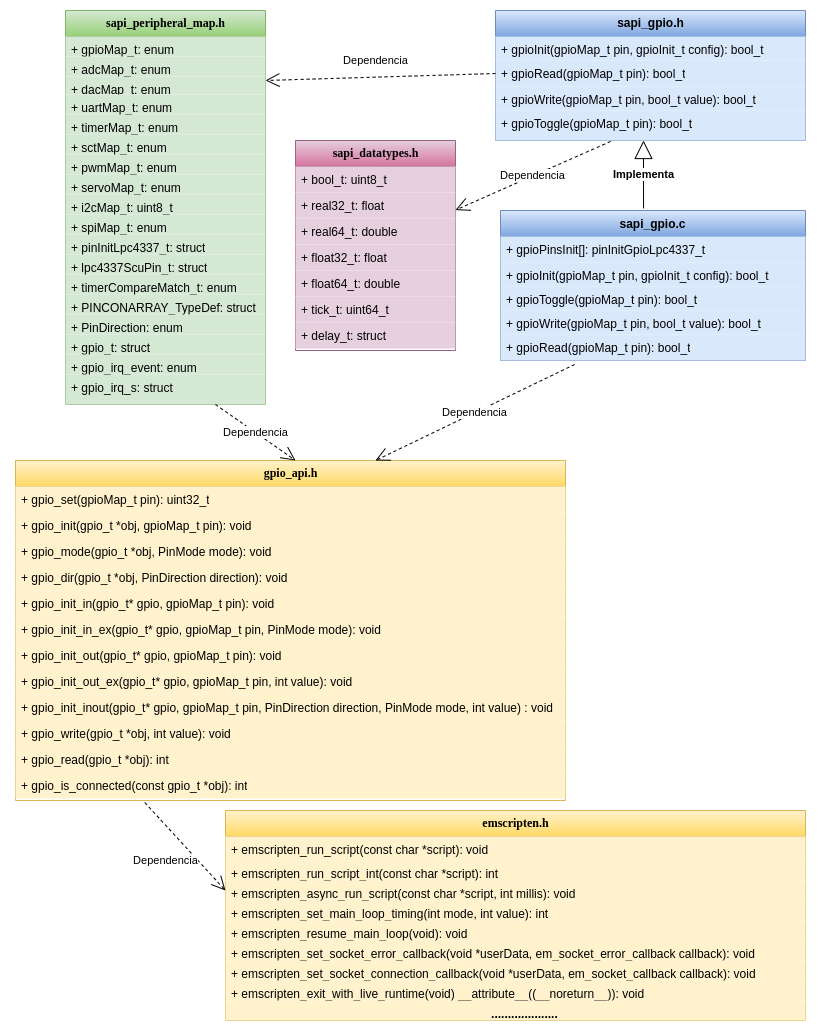
Earlier version of the draw.io export Figures/DiagramaClasesEmulador.png (jennifferch/Memoria-MSE). Source tidied: cells renumbered, new cells last; positions are measured from the earlier drawing's top-left corner, leaving out a move shared by most shapes.
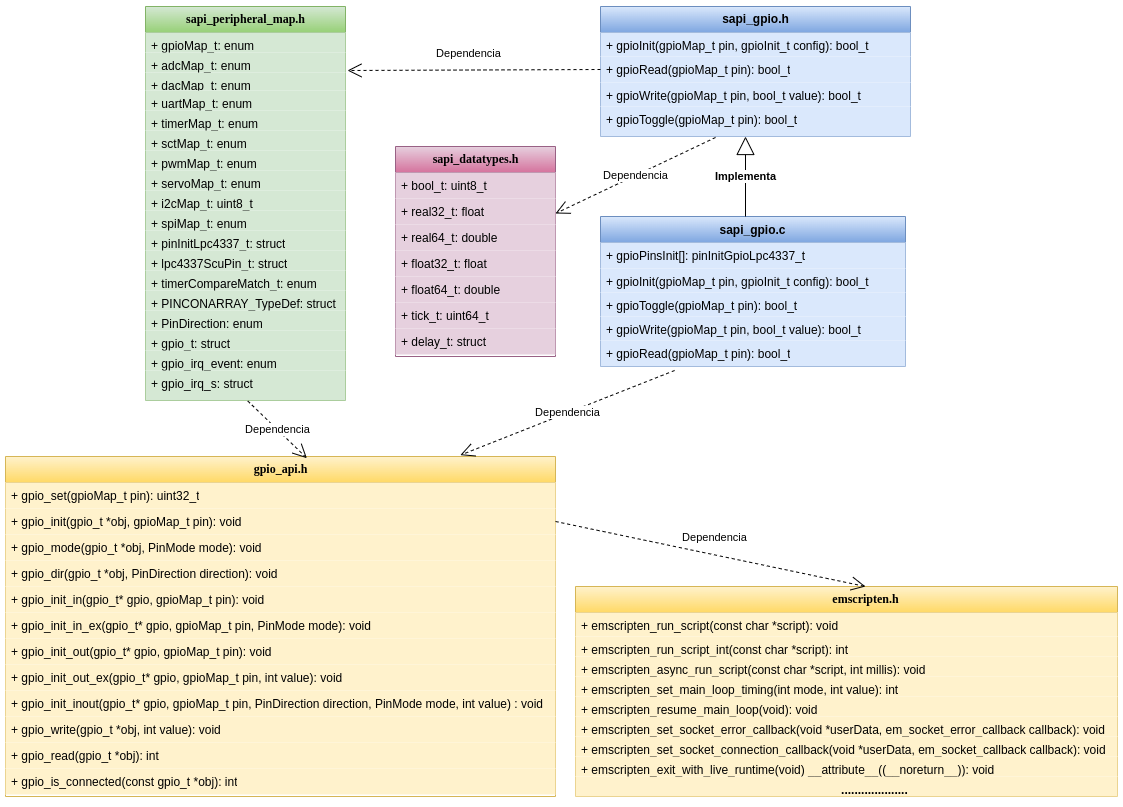
The same diagram one commit later.

Change to the diagram source:
```diff
@@ -2,9 +2,9 @@
   <root>
     <mxCell id="0" />
     <mxCell id="1" parent="0" />
-    <mxCell id="2" style="shape=umlFrame;whiteSpace=wrap;html=1;rounded=0;shadow=0;comic=0;labelBackgroundColor=none;strokeWidth=1;fontFamily=Verdana;fontSize=10;align=center;swimlaneFillColor=default;strokeColor=none;" parent="1" vertex="1">
-      <mxGeometry width="820" height="1030" as="geometry" />
-    </mxCell>
+    <mxCell id="70" style="shape=umlFrame;whiteSpace=wrap;html=1;rounded=0;shadow=0;comic=0;labelBackgroundColor=none;strokeWidth=1;fontFamily=Verdana;fontSize=10;align=center;swimlaneFillColor=default;strokeColor=none;direction=south;" parent="1" vertex="1">
+      <mxGeometry x="-115" y="-10" width="1190" height="820" as="geometry" />
+    </mxCell>
     <mxCell id="3" value="&lt;font style=&quot;font-size: 12px&quot;&gt;&lt;b&gt;sapi_datatypes.h&lt;/b&gt;&lt;/font&gt;" style="swimlane;html=1;fontStyle=0;horizontal=1;startSize=26;fillColor=#e6d0de;swimlaneFillColor=#ffffff;rounded=0;shadow=0;comic=0;labelBackgroundColor=none;strokeWidth=1;fontFamily=Verdana;fontSize=10;align=center;gradientColor=#d5739d;strokeColor=#996185;" parent="1" vertex="1">
       <mxGeometry x="295" y="140" width="160" height="210" as="geometry" />
     </mxCell>
@@ -30,7 +30,7 @@
       <mxGeometry y="182" width="160" height="26" as="geometry" />
     </mxCell>
     <mxCell id="11" value="&lt;span style=&quot;font-family: &amp;#34;helvetica&amp;#34; ; font-size: 12px ; font-weight: 700&quot;&gt;sapi_gpio.h&lt;/span&gt;" style="swimlane;html=1;fontStyle=0;horizontal=1;startSize=26;fillColor=#dae8fc;swimlaneFillColor=#ffffff;rounded=0;shadow=0;comic=0;labelBackgroundColor=none;strokeWidth=1;fontFamily=Verdana;fontSize=10;align=center;gradientColor=#7ea6e0;strokeColor=#6c8ebf;" parent="1" vertex="1">
-      <mxGeometry x="495" y="10" width="310" height="130" as="geometry" />
+      <mxGeometry x="500" width="310" height="130" as="geometry" />
     </mxCell>
     <mxCell id="12" value="+ gpioInit(gpioMap_t pin, gpioInit_t config): bool_t" style="text;html=1;strokeColor=none;fillColor=#dae8fc;align=left;verticalAlign=top;spacingLeft=4;spacingRight=4;whiteSpace=wrap;overflow=hidden;gradientColor=none;" parent="11" vertex="1">
       <mxGeometry y="26" width="310" height="24" as="geometry" />
@@ -45,7 +45,7 @@
       <mxGeometry y="100" width="310" height="30" as="geometry" />
     </mxCell>
     <mxCell id="16" value="&lt;font style=&quot;font-size: 12px&quot;&gt;&lt;b&gt;sapi_peripheral_map.h&lt;/b&gt;&lt;/font&gt;" style="swimlane;html=1;fontStyle=0;horizontal=1;startSize=26;fillColor=#d5e8d4;swimlaneFillColor=#ffffff;rounded=0;shadow=0;comic=0;labelBackgroundColor=none;strokeWidth=1;fontFamily=Verdana;fontSize=10;align=center;gradientColor=#97d077;strokeColor=#82b366;" parent="1" vertex="1">
-      <mxGeometry x="65" y="10" width="200" height="394" as="geometry" />
+      <mxGeometry x="45" width="200" height="394" as="geometry" />
     </mxCell>
     <mxCell id="17" value="+ gpioMap_t: enum" style="text;html=1;strokeColor=none;fillColor=#d5e8d4;align=left;verticalAlign=top;spacingLeft=4;spacingRight=4;whiteSpace=wrap;overflow=hidden;gradientColor=none;" parent="16" vertex="1">
       <mxGeometry y="26" width="200" height="20" as="geometry" />
@@ -119,16 +119,17 @@
     <mxCell id="40" value="+ gpioRead(gpioMap_t pin):&amp;nbsp;bool_t" style="text;html=1;strokeColor=none;fillColor=#dae8fc;align=left;verticalAlign=top;spacingLeft=4;spacingRight=4;whiteSpace=wrap;overflow=hidden;points=[[0,0.5],[1,0.5]];portConstraint=eastwest;gradientColor=none;" parent="35" vertex="1">
       <mxGeometry y="124" width="305" height="26" as="geometry" />
     </mxCell>
-    <mxCell id="41" value="&lt;b&gt;Implementa&lt;/b&gt;" style="endArrow=block;endSize=16;endFill=0;html=1;rounded=0;exitX=0.469;exitY=-0.014;exitDx=0;exitDy=0;exitPerimeter=0;" parent="1" edge="1" source="35">
+    <mxCell id="41" value="&lt;b&gt;Implementa&lt;/b&gt;" style="endArrow=block;endSize=16;endFill=0;html=1;rounded=0;" parent="1" edge="1">
       <mxGeometry relative="1" as="geometry">
-        <mxPoint x="643" y="140" as="targetPoint" />
+        <mxPoint x="645" y="210" as="sourcePoint" />
+        <mxPoint x="645" y="130" as="targetPoint" />
       </mxGeometry>
     </mxCell>
     <mxCell id="42" value="Dependencia" style="endArrow=open;endSize=12;dashed=1;html=1;rounded=0;exitX=0.371;exitY=1.033;exitDx=0;exitDy=0;exitPerimeter=0;" parent="1" edge="1" source="15" target="3">
       <mxGeometry relative="1" as="geometry" />
     </mxCell>
     <mxCell id="43" value="&lt;span style=&quot;font-size: 12px&quot;&gt;&lt;b&gt;gpio_api.h&lt;/b&gt;&lt;/span&gt;" style="swimlane;html=1;fontStyle=0;horizontal=1;startSize=26;fillColor=#fff2cc;swimlaneFillColor=#ffffff;rounded=0;shadow=0;comic=0;labelBackgroundColor=none;strokeWidth=1;fontFamily=Verdana;fontSize=10;align=center;gradientColor=#ffd966;strokeColor=#d6b656;" parent="1" vertex="1">
-      <mxGeometry x="15" y="460" width="550" height="340" as="geometry" />
+      <mxGeometry x="-95" y="450" width="550" height="340" as="geometry" />
     </mxCell>
     <mxCell id="44" value="+ gpio_set(gpioMap_t pin):&amp;nbsp;uint32_t" style="text;html=1;strokeColor=none;fillColor=#fff2cc;align=left;verticalAlign=top;spacingLeft=4;spacingRight=4;whiteSpace=wrap;overflow=hidden;gradientColor=none;" parent="43" vertex="1">
       <mxGeometry y="26" width="550" height="26" as="geometry" />
@@ -166,11 +167,11 @@
     <mxCell id="55" value="+ gpio_is_connected(const gpio_t *obj): int" style="text;html=1;strokeColor=none;fillColor=#fff2cc;align=left;verticalAlign=top;spacingLeft=4;spacingRight=4;whiteSpace=wrap;overflow=hidden;points=[[0,0.5],[1,0.5]];portConstraint=eastwest;gradientColor=none;" parent="43" vertex="1">
       <mxGeometry y="312" width="550" height="26" as="geometry" />
     </mxCell>
-    <mxCell id="56" value="Dependencia" style="endArrow=open;endSize=12;dashed=1;html=1;rounded=0;exitX=0;exitY=0.5;exitDx=0;exitDy=0;entryX=1;entryY=0.222;entryDx=0;entryDy=0;entryPerimeter=0;" parent="1" edge="1" source="13" target="19">
-      <mxGeometry x="0.04" y="-17" relative="1" as="geometry" />
-    </mxCell>
+    <mxCell id="71" value="Dependencia" style="endArrow=open;endSize=12;dashed=1;html=1;rounded=0;exitX=0;exitY=0.5;exitDx=0;exitDy=0;entryX=1.01;entryY=0.9;entryDx=0;entryDy=0;entryPerimeter=0;" parent="1" edge="1" source="13" target="18">
+      <mxGeometry x="0.04" y="-17" relative="1" as="geometry" />
+    </mxCell>
     <mxCell id="57" value="&lt;font&gt;&lt;span style=&quot;font-size: 12px&quot;&gt;&lt;b&gt;emscripten&lt;/b&gt;&lt;/span&gt;&lt;b style=&quot;font-size: 12px&quot;&gt;.h&lt;/b&gt;&lt;/font&gt;" style="swimlane;html=1;fontStyle=0;horizontal=1;startSize=26;fillColor=#fff2cc;swimlaneFillColor=#ffffff;rounded=0;shadow=0;comic=0;labelBackgroundColor=none;strokeWidth=1;fontFamily=Verdana;fontSize=10;align=center;gradientColor=#ffd966;strokeColor=#d6b656;" parent="1" vertex="1">
-      <mxGeometry x="225" y="810" width="580" height="210" as="geometry" />
+      <mxGeometry x="475" y="580" width="580" height="210" as="geometry" />
     </mxCell>
     <mxCell id="58" value="+ emscripten_run_script(const char *script): void" style="text;html=1;strokeColor=none;fillColor=#fff2cc;align=left;verticalAlign=top;spacingLeft=4;spacingRight=4;whiteSpace=wrap;overflow=hidden;gradientColor=none;" parent="57" vertex="1">
       <mxGeometry y="26" width="580" height="24" as="geometry" />
@@ -199,18 +200,14 @@
     <mxCell id="66" value="&lt;b&gt;&amp;nbsp; &amp;nbsp; &amp;nbsp; &amp;nbsp; &amp;nbsp; &amp;nbsp; &amp;nbsp; &amp;nbsp; &amp;nbsp; &amp;nbsp; &amp;nbsp; &amp;nbsp; &amp;nbsp; &amp;nbsp; &amp;nbsp; &amp;nbsp; &amp;nbsp; &amp;nbsp; &amp;nbsp; &amp;nbsp; &amp;nbsp; &amp;nbsp; &amp;nbsp; &amp;nbsp; &amp;nbsp; &amp;nbsp; &amp;nbsp; &amp;nbsp; &amp;nbsp; &amp;nbsp; &amp;nbsp; &amp;nbsp; &amp;nbsp; &amp;nbsp; &amp;nbsp; &amp;nbsp; &amp;nbsp; &amp;nbsp; &amp;nbsp; ....................&lt;/b&gt;" style="text;html=1;strokeColor=none;fillColor=#fff2cc;align=left;verticalAlign=top;spacingLeft=4;spacingRight=4;whiteSpace=wrap;overflow=hidden;gradientColor=none;" parent="57" vertex="1">
       <mxGeometry y="190" width="580" height="20" as="geometry" />
     </mxCell>
-    <mxCell id="67" value="Dependencia" style="endArrow=open;endSize=12;dashed=1;html=1;rounded=0;exitX=0.243;exitY=1.154;exitDx=0;exitDy=0;exitPerimeter=0;" parent="1" edge="1" source="40">
-      <mxGeometry relative="1" as="geometry">
-        <mxPoint x="375" y="460" as="targetPoint" />
-      </mxGeometry>
-    </mxCell>
-    <mxCell id="68" value="Dependencia" style="endArrow=open;endSize=12;dashed=1;html=1;rounded=0;entryX=0;entryY=0.5;entryDx=0;entryDy=0;exitX=0.235;exitY=1.154;exitDx=0;exitDy=0;exitPerimeter=0;" parent="1" edge="1" source="55" target="60">
-      <mxGeometry x="-0.05" y="-24" relative="1" as="geometry" />
-    </mxCell>
-    <mxCell id="69" value="Dependencia" style="endArrow=open;endSize=12;dashed=1;html=1;rounded=0;exitX=0.75;exitY=1;exitDx=0;exitDy=0;" parent="1" edge="1" source="16">
-      <mxGeometry relative="1" as="geometry">
-        <mxPoint x="295" y="460" as="targetPoint" />
-      </mxGeometry>
-    </mxCell>
+    <mxCell id="72" value="Dependencia" style="endArrow=open;endSize=12;dashed=1;html=1;rounded=0;exitX=0.243;exitY=1.154;exitDx=0;exitDy=0;exitPerimeter=0;entryX=0.827;entryY=-0.004;entryDx=0;entryDy=0;entryPerimeter=0;" parent="1" edge="1" source="40" target="43">
+      <mxGeometry relative="1" as="geometry" />
+    </mxCell>
+    <mxCell id="73" value="Dependencia" style="endArrow=open;endSize=12;dashed=1;html=1;rounded=0;entryX=0.5;entryY=0;entryDx=0;entryDy=0;exitX=1;exitY=0.5;exitDx=0;exitDy=0;" parent="1" edge="1" source="45" target="57">
+      <mxGeometry y="17" relative="1" as="geometry" />
+    </mxCell>
+    <mxCell id="74" value="Dependencia" style="endArrow=open;endSize=12;dashed=1;html=1;rounded=0;exitX=0.511;exitY=1.014;exitDx=0;exitDy=0;entryX=0.548;entryY=0.005;entryDx=0;entryDy=0;entryPerimeter=0;exitPerimeter=0;" parent="1" edge="1" source="34" target="43">
+      <mxGeometry relative="1" as="geometry" />
+    </mxCell>
   </root>
 </mxGraphModel>
```
